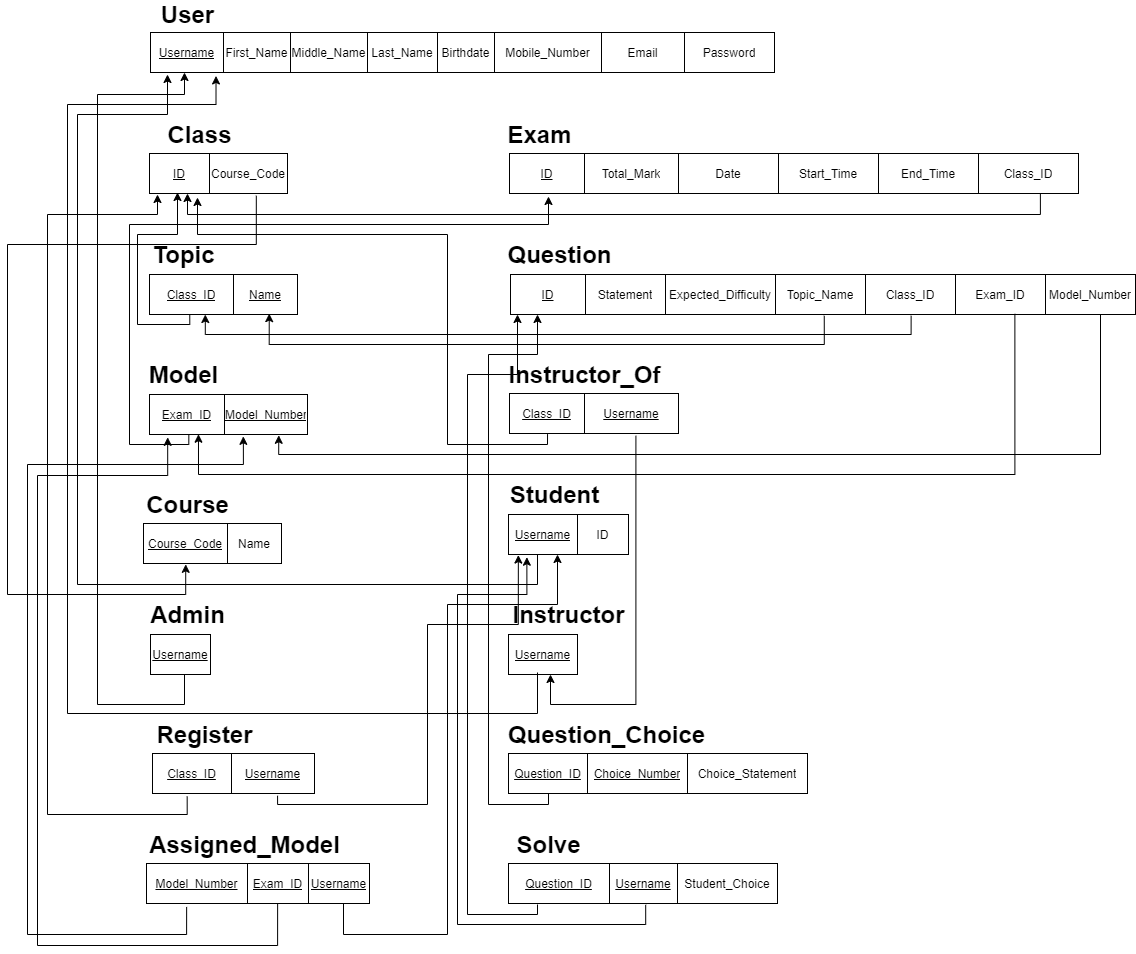
aymanred121/Examination-Management-System keeps this draw.io diagram as Database Design/schema.png. Above is the earlier version. Source tidied: cells renumbered, new cells last; positions are measured from the earlier drawing's top-left corner, leaving out a move shared by most shapes.
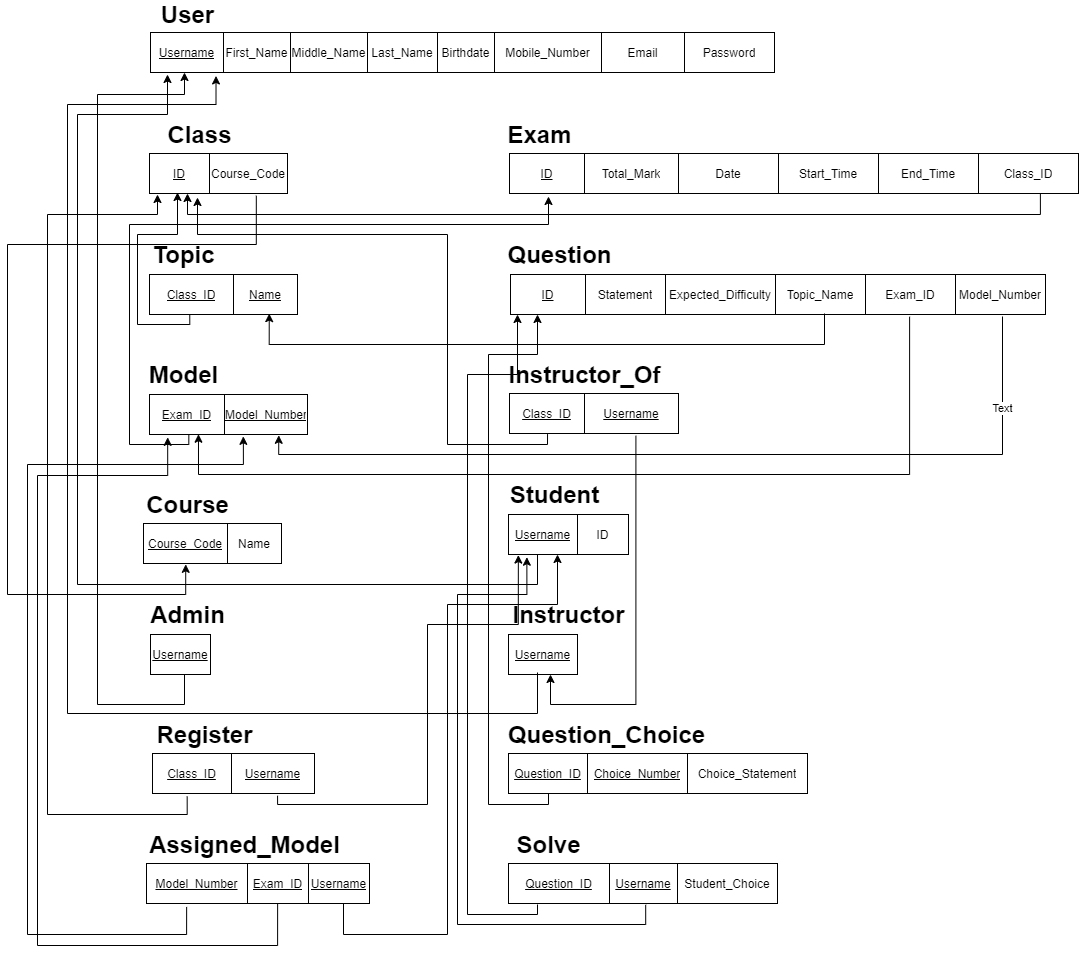
After the change.

Diff of the diagram source:
```diff
@@ -36,10 +36,10 @@
       <mxGeometry x="145" width="70" height="20" as="geometry" />
     </mxCell>
     <mxCell id="13" style="shape=table;html=1;whiteSpace=wrap;startSize=0;" parent="1" vertex="1">
-      <mxGeometry x="503" y="270" width="625" height="40" as="geometry" />
+      <mxGeometry x="503" y="270" width="535" height="40" as="geometry" />
     </mxCell>
     <mxCell id="14" style="shape=partialRectangle;html=1;whiteSpace=wrap;fillColor=none;top=0;left=0;bottom=0;right=0;points=[[0,0.5],[1,0.5]];portConstraint=eastwest;" parent="13" vertex="1">
-      <mxGeometry width="625" height="40" as="geometry" />
+      <mxGeometry width="535" height="40" as="geometry" />
     </mxCell>
     <mxCell id="15" value="&lt;u&gt;ID&lt;/u&gt;" style="shape=partialRectangle;html=1;whiteSpace=wrap;overflow=hidden;fillColor=none;top=0;left=0;bottom=0;right=0;" parent="14" vertex="1">
       <mxGeometry width="75" height="40" as="geometry" />
@@ -53,14 +53,11 @@
     <mxCell id="18" value="Topic_Name" style="shape=partialRectangle;html=1;whiteSpace=wrap;overflow=hidden;fillColor=none;top=0;left=0;bottom=0;right=0;" parent="14" vertex="1">
       <mxGeometry x="265" width="90" height="40" as="geometry" />
     </mxCell>
-    <mxCell id="19" value="Class_ID" style="shape=partialRectangle;html=1;whiteSpace=wrap;overflow=hidden;fillColor=none;top=0;left=0;bottom=0;right=0;" parent="14" vertex="1">
-      <mxGeometry x="355" width="90" height="40" as="geometry" />
-    </mxCell>
     <mxCell id="20" value="Exam_ID" style="shape=partialRectangle;html=1;whiteSpace=wrap;overflow=hidden;fillColor=none;top=0;left=0;bottom=0;right=0;" parent="14" vertex="1">
-      <mxGeometry x="445" width="90" height="40" as="geometry" />
+      <mxGeometry x="355" width="90" height="40" as="geometry" />
     </mxCell>
     <mxCell id="21" value="Model_Number" style="shape=partialRectangle;html=1;whiteSpace=wrap;overflow=hidden;fillColor=none;top=0;left=0;bottom=0;right=0;" parent="14" vertex="1">
-      <mxGeometry x="535" width="90" height="40" as="geometry" />
+      <mxGeometry x="445" width="90" height="40" as="geometry" />
     </mxCell>
     <mxCell id="22" value="&lt;font size=&quot;1&quot;&gt;&lt;b style=&quot;font-size: 24px&quot;&gt;Question&lt;/b&gt;&lt;/font&gt;" style="text;html=1;align=center;verticalAlign=middle;" parent="1" vertex="1">
       <mxGeometry x="492" y="240" width="120" height="20" as="geometry" />
@@ -242,16 +239,9 @@
         </Array>
       </mxGeometry>
     </mxCell>
-    <mxCell id="74" style="edgeStyle=orthogonalEdgeStyle;rounded=0;jettySize=auto;html=1;entryX=0.377;entryY=1;entryDx=0;entryDy=0;entryPerimeter=0;exitX=0.641;exitY=1.032;exitDx=0;exitDy=0;exitPerimeter=0;" parent="1" edge="1" source="14" target="54">
-      <mxGeometry relative="1" as="geometry">
-        <Array as="points">
-          <mxPoint x="904" y="330" />
-          <mxPoint x="198" y="330" />
-        </Array>
-      </mxGeometry>
-    </mxCell>
-    <mxCell id="75" style="edgeStyle=orthogonalEdgeStyle;rounded=0;jettySize=auto;html=1;entryX=0.809;entryY=0.978;entryDx=0;entryDy=0;entryPerimeter=0;exitX=0.502;exitY=1.032;exitDx=0;exitDy=0;exitPerimeter=0;" parent="1" edge="1" source="14" target="54">
+    <mxCell id="75" style="edgeStyle=orthogonalEdgeStyle;rounded=0;jettySize=auto;html=1;entryX=0.809;entryY=0.978;entryDx=0;entryDy=0;entryPerimeter=0;" parent="1" edge="1" target="54">
       <mxGeometry relative="1" as="geometry">
+        <mxPoint x="817" y="309" as="sourcePoint" />
         <Array as="points">
           <mxPoint x="817" y="340" />
           <mxPoint x="262" y="340" />
@@ -471,18 +461,22 @@
         </Array>
       </mxGeometry>
     </mxCell>
-    <mxCell id="112" style="edgeStyle=orthogonalEdgeStyle;rounded=0;jettySize=auto;html=1;entryX=0.818;entryY=1.02;entryDx=0;entryDy=0;entryPerimeter=0;exitX=0.944;exitY=1.009;exitDx=0;exitDy=0;exitPerimeter=0;" parent="1" edge="1" source="14" target="29">
+    <mxCell id="112" style="edgeStyle=orthogonalEdgeStyle;rounded=0;jettySize=auto;html=1;entryX=0.818;entryY=1.02;entryDx=0;entryDy=0;entryPerimeter=0;" parent="1" edge="1" target="29">
       <mxGeometry relative="1" as="geometry">
+        <mxPoint x="995" y="312" as="sourcePoint" />
         <Array as="points">
-          <mxPoint x="1093" y="450" />
+          <mxPoint x="995" y="450" />
           <mxPoint x="271" y="450" />
         </Array>
       </mxGeometry>
     </mxCell>
+    <mxCell id="114" value="Text" style="edgeLabel;html=1;align=center;verticalAlign=middle;" parent="112" vertex="1">
+      <mxGeometry x="-0.79" y="-1" relative="1" as="geometry" />
+    </mxCell>
-    <mxCell id="113" style="edgeStyle=orthogonalEdgeStyle;rounded=0;jettySize=auto;html=1;entryX=0.31;entryY=0.993;entryDx=0;entryDy=0;entryPerimeter=0;exitX=0.807;exitY=0.984;exitDx=0;exitDy=0;exitPerimeter=0;" parent="1" edge="1" source="14" target="29">
+    <mxCell id="113" style="edgeStyle=orthogonalEdgeStyle;rounded=0;jettySize=auto;html=1;entryX=0.31;entryY=0.993;entryDx=0;entryDy=0;entryPerimeter=0;exitX=0.746;exitY=1.055;exitDx=0;exitDy=0;exitPerimeter=0;" parent="1" edge="1" source="14" target="29">
       <mxGeometry relative="1" as="geometry">
         <Array as="points">
-          <mxPoint x="1007" y="470" />
+          <mxPoint x="902" y="470" />
           <mxPoint x="191" y="470" />
         </Array>
       </mxGeometry>
```
